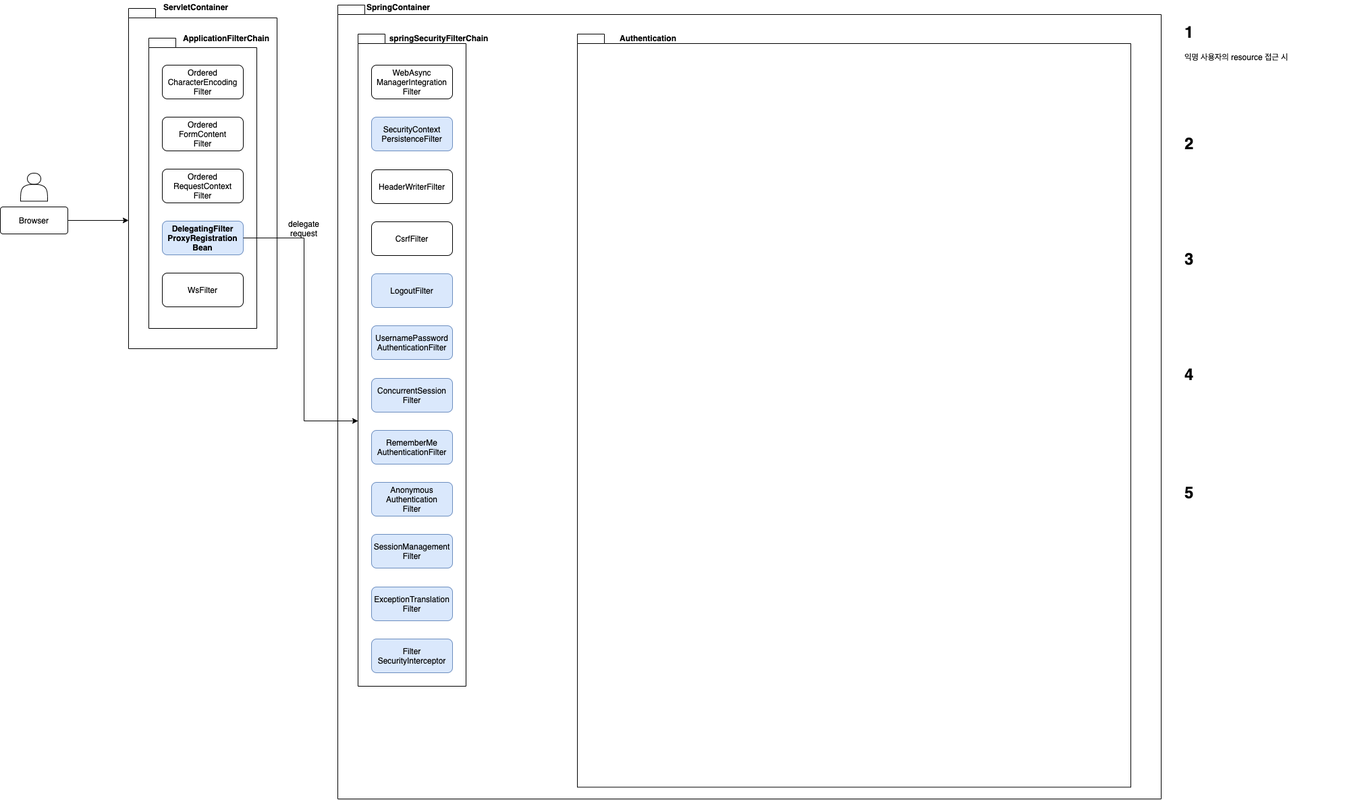
Earlier version of the draw.io export docs/img/flow/flow_DelegatingFilterProxy_FilterChainProxy.png (spring-org/spring-security). Source tidied: cells renumbered, new cells last; positions are measured from the earlier drawing's top-left corner, leaving out a move shared by most shapes.
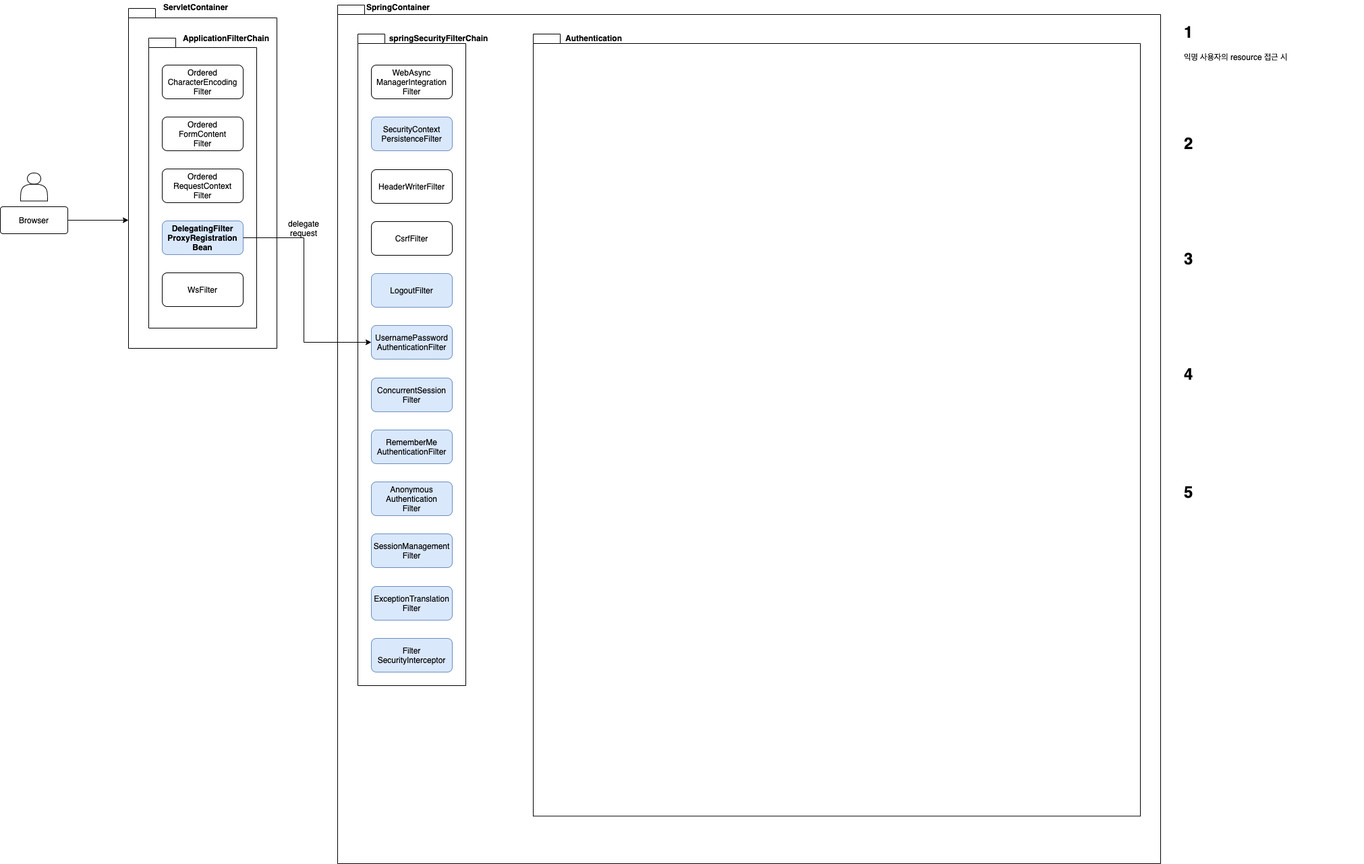
Above is the later version.

Commit message:
[3.3 Authentication] Authentication 생성 및 SecurityContextHolder에 저장되는 flow 정리 TODO: [4.2 PasswordEncoder] 진행 필요

Diff of the diagram source:
```diff
@@ -3,7 +3,7 @@
     <mxCell id="0" />
     <mxCell id="1" parent="0" />
     <mxCell id="2" style="shape=folder;fontStyle=1;spacingTop=10;tabWidth=40;tabHeight=14;tabPosition=left;html=1;fontSize=12;" parent="1" vertex="1">
-      <mxGeometry x="500" y="7" width="1220" height="1176" as="geometry" />
+      <mxGeometry x="500" y="7" width="1220" height="1273" as="geometry" />
     </mxCell>
     <mxCell id="3" style="shape=folder;fontStyle=1;spacingTop=10;tabWidth=40;tabHeight=14;tabPosition=left;html=1;fontSize=12;" parent="1" vertex="1">
       <mxGeometry x="190" y="12" width="220" height="504" as="geometry" />
@@ -42,10 +42,10 @@
       <mxGeometry x="630" y="46" width="40" height="20" as="geometry" />
     </mxCell>
     <mxCell id="15" style="shape=folder;fontStyle=0;spacingTop=10;tabWidth=40;tabHeight=14;tabPosition=left;html=1;fontSize=12;" parent="1" vertex="1">
-      <mxGeometry x="855" y="50" width="820" height="1115.5" as="geometry" />
+      <mxGeometry x="790" y="50" width="900" height="1159.5" as="geometry" />
     </mxCell>
     <mxCell id="16" value="Authentication" style="text;html=1;strokeColor=none;fillColor=none;align=center;verticalAlign=middle;whiteSpace=wrap;rounded=0;fontStyle=1;fontSize=12;" parent="1" vertex="1">
-      <mxGeometry x="940" y="46" width="40" height="20" as="geometry" />
+      <mxGeometry x="860" y="46" width="40" height="20" as="geometry" />
     </mxCell>
     <mxCell id="17" value="&lt;span id=&quot;docs-internal-guid-8b3854a5-7fff-3813-f331-c196873f67ac&quot; style=&quot;font-size: 12px;&quot;&gt;&lt;font style=&quot;font-size: 12px;&quot;&gt;&lt;p class=&quot;p1&quot; style=&quot;margin: 0px; font-stretch: normal; line-height: normal; font-size: 12px;&quot;&gt;SessionManagement&lt;/p&gt;&lt;p class=&quot;p1&quot; style=&quot;margin: 0px; font-stretch: normal; line-height: normal; font-size: 12px;&quot;&gt;Filter&lt;/p&gt;&lt;/font&gt;&lt;/span&gt;" style="rounded=1;whiteSpace=wrap;html=1;fontSize=12;fillColor=#dae8fc;strokeColor=#6c8ebf;fontStyle=0;" parent="1" vertex="1">
       <mxGeometry x="550" y="791" width="120" height="50" as="geometry" />
@@ -98,13 +98,11 @@
     <mxCell id="33" value="&lt;span id=&quot;docs-internal-guid-8b3854a5-7fff-3813-f331-c196873f67ac&quot; style=&quot;font-size: 12px;&quot;&gt;&lt;p class=&quot;p1&quot; style=&quot;margin: 0px; font-stretch: normal; line-height: normal; font-size: 12px;&quot;&gt;WsFilter&lt;/p&gt;&lt;/span&gt;" style="rounded=1;whiteSpace=wrap;html=1;fontSize=12;" parent="26" vertex="1">
       <mxGeometry x="20" y="358" width="120" height="50" as="geometry" />
     </mxCell>
-    <mxCell id="34" style="edgeStyle=orthogonalEdgeStyle;rounded=0;jettySize=auto;html=1;exitX=1;exitY=0.5;exitDx=0;exitDy=0;fontSize=12;" parent="1" edge="1" source="32">
+    <mxCell id="34" style="edgeStyle=orthogonalEdgeStyle;rounded=0;jettySize=auto;html=1;exitX=1;exitY=0.5;exitDx=0;exitDy=0;fontSize=12;entryX=0;entryY=0.5;entryDx=0;entryDy=0;" parent="1" edge="1" source="32" target="10">
       <mxGeometry relative="1" as="geometry">
-        <mxPoint x="530" y="623" as="targetPoint" />
         <Array as="points">
           <mxPoint x="450" y="352" />
-          <mxPoint x="450" y="623" />
-          <mxPoint x="530" y="623" />
+          <mxPoint x="450" y="507" />
         </Array>
       </mxGeometry>
     </mxCell>
```
